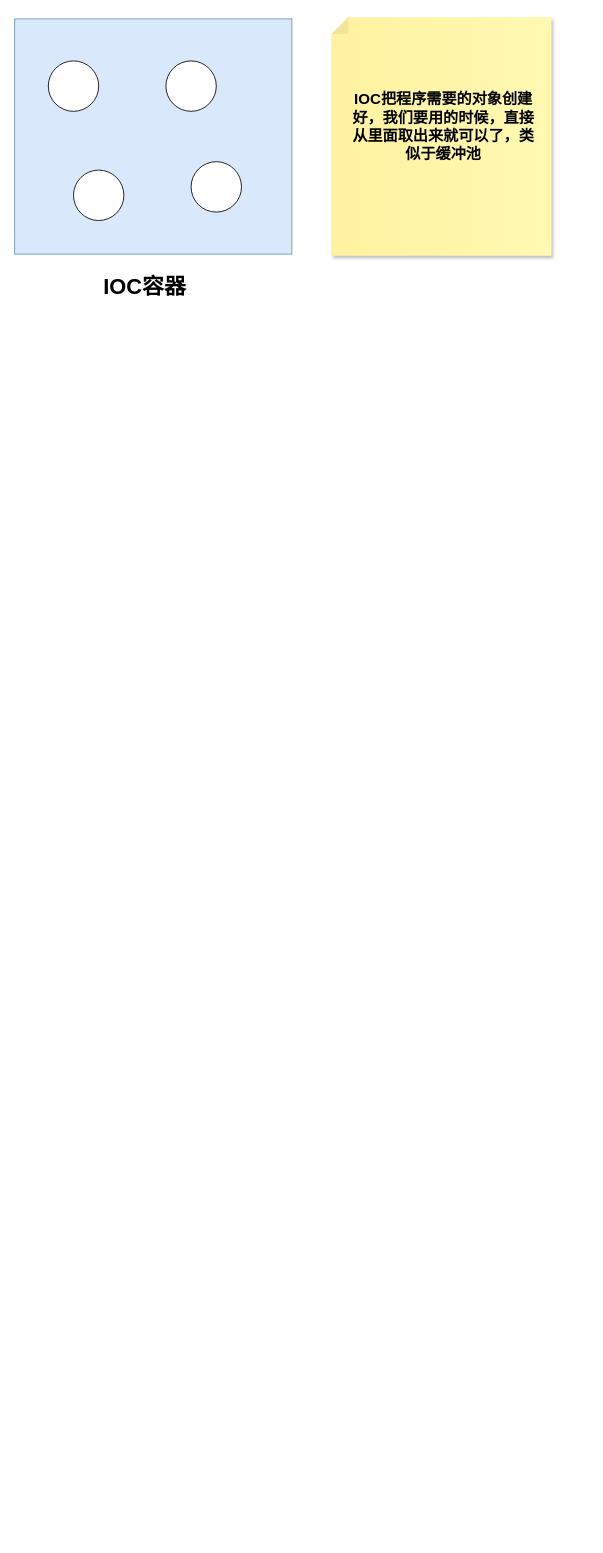
Before: page "ioc" (2 of 2) of Spring.drawio in pkqzyh/pkqzyh.github.io, a draw.io diagram. Source tidied: cells renumbered, new cells numbered last; positions are measured from the earlier drawing's top-left corner, leaving out a move shared by most shapes. Both pictures are drawn from the tidied source at 84%, with x=0, y=0 at pixel (14, 17).
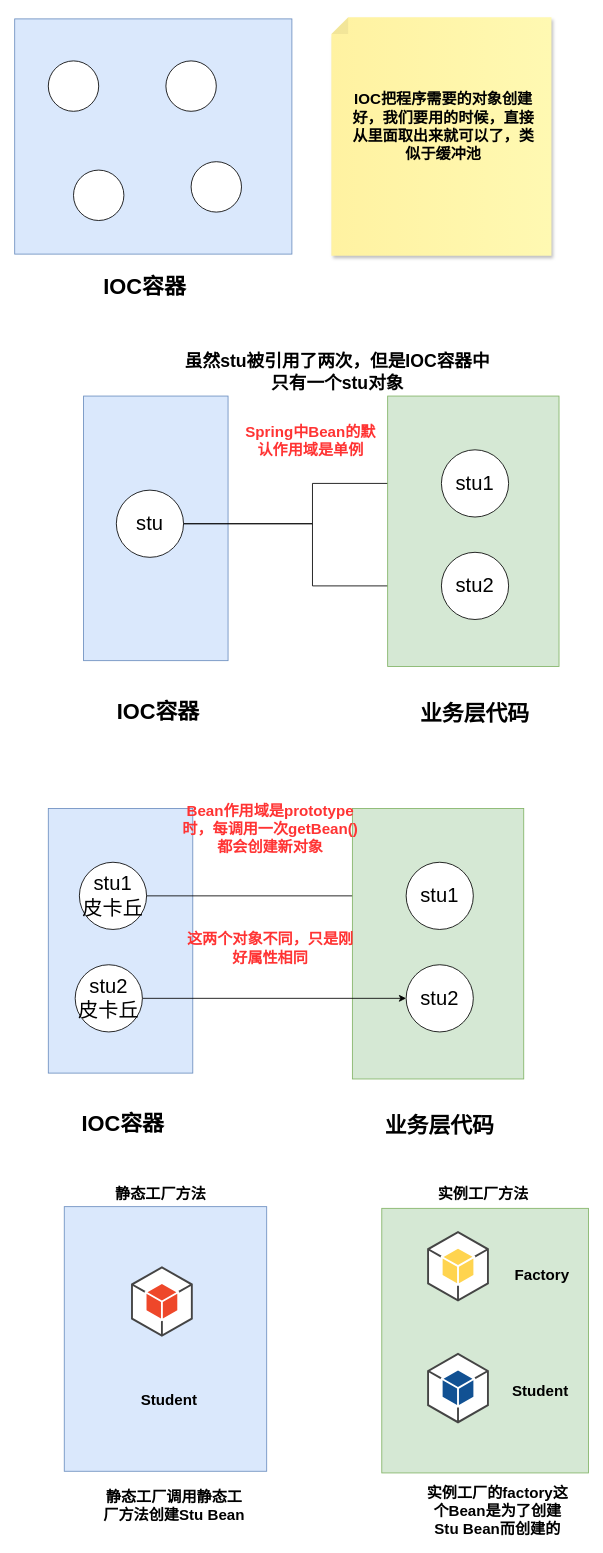
The same page after the edit.

Commit message:
Spring的Bean实例化方式

Diff of the diagram source:
```diff
@@
+    <mxCell id="10" style="rounded=0;whiteSpace=wrap;html=1;fillColor=#dae8fc;strokeColor=#6c8ebf;" parent="1" vertex="1">
+      <mxGeometry x="82" y="451" width="172" height="315" as="geometry" />
+    </mxCell>
+    <mxCell id="11" style="edgeStyle=orthogonalEdgeStyle;rounded=0;jettySize=auto;html=1;" parent="1" edge="1" source="13" target="18">
+      <mxGeometry relative="1" as="geometry" />
+    </mxCell>
+    <mxCell id="12" style="edgeStyle=orthogonalEdgeStyle;rounded=0;jettySize=auto;html=1;" parent="1" edge="1" source="13" target="17">
+      <mxGeometry relative="1" as="geometry" />
+    </mxCell>
+    <mxCell id="13" value="&lt;font style=&quot;font-size: 24px;&quot;&gt;stu&lt;/font&gt;" style="ellipse;whiteSpace=wrap;html=1;" parent="1" vertex="1">
+      <mxGeometry x="121" y="563" width="80" height="80" as="geometry" />
+    </mxCell>
+    <mxCell id="14" value="&lt;b&gt;&lt;font style=&quot;font-size: 26px;&quot;&gt;IOC容器&lt;/font&gt;&lt;/b&gt;" style="text;html=1;align=center;verticalAlign=middle;whiteSpace=wrap;rounded=0;" parent="1" vertex="1">
+      <mxGeometry x="108" y="812" width="126" height="30" as="geometry" />
+    </mxCell>
+    <mxCell id="15" style="rounded=0;whiteSpace=wrap;html=1;fillColor=#d5e8d4;strokeColor=#82b366;" parent="1" vertex="1">
+      <mxGeometry x="444" y="451" width="204" height="322" as="geometry" />
+    </mxCell>
+    <mxCell id="16" value="&lt;span style=&quot;font-size: 26px;&quot;&gt;&lt;b&gt;业务层代码&lt;/b&gt;&lt;/span&gt;" style="text;html=1;align=center;verticalAlign=middle;whiteSpace=wrap;rounded=0;" parent="1" vertex="1">
+      <mxGeometry x="471" y="814" width="154" height="30" as="geometry" />
+    </mxCell>
+    <mxCell id="17" value="&lt;font style=&quot;font-size: 24px;&quot;&gt;stu2&lt;/font&gt;" style="ellipse;whiteSpace=wrap;html=1;" parent="1" vertex="1">
+      <mxGeometry x="508" y="637" width="80" height="80" as="geometry" />
+    </mxCell>
+    <mxCell id="18" value="&lt;font style=&quot;font-size: 24px;&quot;&gt;stu1&lt;/font&gt;" style="ellipse;whiteSpace=wrap;html=1;" parent="1" vertex="1">
+      <mxGeometry x="508" y="515" width="80" height="80" as="geometry" />
+    </mxCell>
+    <mxCell id="19" value="&lt;font style=&quot;font-size: 21px;&quot;&gt;&lt;b style=&quot;&quot;&gt;虽然stu被引用了两次，但是IOC容器中只有一个stu对象&lt;/b&gt;&lt;/font&gt;" style="text;html=1;align=center;verticalAlign=middle;whiteSpace=wrap;rounded=0;" parent="1" vertex="1">
+      <mxGeometry x="201" y="407" width="367" height="30" as="geometry" />
+    </mxCell>
+    <mxCell id="20" value="&lt;b&gt;&lt;font style=&quot;font-size: 18px; color: rgb(255, 51, 51);&quot;&gt;Spring中Bean的默认作用域是单例&lt;/font&gt;&lt;/b&gt;" style="text;html=1;align=center;verticalAlign=middle;whiteSpace=wrap;rounded=0;" parent="1" vertex="1">
+      <mxGeometry x="274" y="490" width="157" height="30" as="geometry" />
+    </mxCell>
+    <mxCell id="21" style="rounded=0;whiteSpace=wrap;html=1;fillColor=#dae8fc;strokeColor=#6c8ebf;" parent="1" vertex="1">
+      <mxGeometry x="40" y="942" width="172" height="315" as="geometry" />
+    </mxCell>
+    <mxCell id="22" style="edgeStyle=orthogonalEdgeStyle;rounded=0;jettySize=auto;html=1;entryX=0;entryY=0.5;entryDx=0;entryDy=0;" parent="1" edge="1" source="23" target="28">
+      <mxGeometry relative="1" as="geometry" />
+    </mxCell>
+    <mxCell id="23" value="&lt;font style=&quot;font-size: 24px;&quot;&gt;stu1&lt;/font&gt;&lt;div&gt;&lt;span style=&quot;font-size: 24px;&quot;&gt;皮卡丘&lt;/span&gt;&lt;/div&gt;" style="ellipse;whiteSpace=wrap;html=1;" parent="1" vertex="1">
+      <mxGeometry x="77" y="1006" width="80" height="80" as="geometry" />
+    </mxCell>
+    <mxCell id="24" value="&lt;b&gt;&lt;font style=&quot;font-size: 26px;&quot;&gt;IOC容器&lt;/font&gt;&lt;/b&gt;" style="text;html=1;align=center;verticalAlign=middle;whiteSpace=wrap;rounded=0;" parent="1" vertex="1">
+      <mxGeometry x="66" y="1303" width="126" height="30" as="geometry" />
+    </mxCell>
+    <mxCell id="25" style="rounded=0;whiteSpace=wrap;html=1;fillColor=#d5e8d4;strokeColor=#82b366;" parent="1" vertex="1">
+      <mxGeometry x="402" y="942" width="204" height="322" as="geometry" />
+    </mxCell>
+    <mxCell id="26" value="&lt;span style=&quot;font-size: 26px;&quot;&gt;&lt;b&gt;业务层代码&lt;/b&gt;&lt;/span&gt;" style="text;html=1;align=center;verticalAlign=middle;whiteSpace=wrap;rounded=0;" parent="1" vertex="1">
+      <mxGeometry x="429" y="1305" width="154" height="30" as="geometry" />
+    </mxCell>
+    <mxCell id="27" value="&lt;font style=&quot;font-size: 24px;&quot;&gt;stu2&lt;/font&gt;" style="ellipse;whiteSpace=wrap;html=1;" parent="1" vertex="1">
+      <mxGeometry x="466" y="1128" width="80" height="80" as="geometry" />
+    </mxCell>
+    <mxCell id="28" value="&lt;font style=&quot;font-size: 24px;&quot;&gt;stu1&lt;/font&gt;" style="ellipse;whiteSpace=wrap;html=1;" parent="1" vertex="1">
+      <mxGeometry x="466" y="1006" width="80" height="80" as="geometry" />
+    </mxCell>
+    <mxCell id="29" style="edgeStyle=orthogonalEdgeStyle;rounded=0;jettySize=auto;html=1;entryX=0;entryY=0.5;entryDx=0;entryDy=0;" parent="1" edge="1" source="30" target="27">
+      <mxGeometry relative="1" as="geometry" />
+    </mxCell>
+    <mxCell id="30" value="&lt;font style=&quot;font-size: 24px;&quot;&gt;stu2&lt;/font&gt;&lt;div&gt;&lt;span style=&quot;font-size: 24px;&quot;&gt;皮卡丘&lt;/span&gt;&lt;/div&gt;" style="ellipse;whiteSpace=wrap;html=1;" parent="1" vertex="1">
+      <mxGeometry x="72" y="1128" width="80" height="80" as="geometry" />
+    </mxCell>
+    <mxCell id="31" value="&lt;b&gt;&lt;font style=&quot;font-size: 18px; color: rgb(255, 51, 51);&quot;&gt;Bean作用域是prototype时，每调用一次getBean()都会创建新对象&lt;/font&gt;&lt;/b&gt;" style="text;html=1;align=center;verticalAlign=middle;whiteSpace=wrap;rounded=0;" parent="1" vertex="1">
+      <mxGeometry x="197" y="952" width="215" height="30" as="geometry" />
+    </mxCell>
+    <mxCell id="32" value="&lt;b&gt;&lt;font style=&quot;font-size: 18px; color: rgb(255, 51, 51);&quot;&gt;这两个对象不同，只是刚好属性相同&lt;/font&gt;&lt;/b&gt;" style="text;html=1;align=center;verticalAlign=middle;whiteSpace=wrap;rounded=0;" parent="1" vertex="1">
+      <mxGeometry x="197" y="1094" width="215" height="30" as="geometry" />
+    </mxCell>
+    <mxCell id="33" style="rounded=0;whiteSpace=wrap;html=1;fillColor=#dae8fc;strokeColor=#6c8ebf;" parent="1" vertex="1">
+      <mxGeometry x="59" y="1416" width="241" height="315" as="geometry" />
+    </mxCell>
+    <mxCell id="34" style="rounded=0;whiteSpace=wrap;html=1;fillColor=#d5e8d4;strokeColor=#82b366;" parent="1" vertex="1">
+      <mxGeometry x="437" y="1418" width="246" height="315" as="geometry" />
+    </mxCell>
+    <mxCell id="35" style="dashed=0;verticalLabelPosition=bottom;verticalAlign=top;align=center;html=1;shape=mxgraph.aws3.android;fillColor=#EE472A;gradientColor=none;" parent="1" vertex="1">
+      <mxGeometry x="138.5" y="1487" width="73.5" height="84" as="geometry" />
+    </mxCell>
+    <mxCell id="36" value="&lt;b&gt;&lt;font style=&quot;font-size: 18px;&quot;&gt;Student&lt;/font&gt;&lt;/b&gt;" style="text;html=1;align=center;verticalAlign=middle;whiteSpace=wrap;rounded=0;" parent="1" vertex="1">
+      <mxGeometry x="138.5" y="1632" width="90" height="30" as="geometry" />
+    </mxCell>
+    <mxCell id="37" style="dashed=0;verticalLabelPosition=bottom;verticalAlign=top;align=center;html=1;shape=mxgraph.aws3.android;fillColor=#FFD44F;gradientColor=none;" parent="1" vertex="1">
+      <mxGeometry x="491" y="1445" width="73.5" height="84" as="geometry" />
+    </mxCell>
+    <mxCell id="38" value="&lt;b&gt;&lt;font style=&quot;font-size: 18px;&quot;&gt;Factory&lt;/font&gt;&lt;/b&gt;" style="text;html=1;align=center;verticalAlign=middle;whiteSpace=wrap;rounded=0;" parent="1" vertex="1">
+      <mxGeometry x="583" y="1483" width="90" height="30" as="geometry" />
+    </mxCell>
+    <mxCell id="39" style="dashed=0;verticalLabelPosition=bottom;verticalAlign=top;align=center;html=1;shape=mxgraph.aws3.android;fillColor=#115193;gradientColor=none;" parent="1" vertex="1">
+      <mxGeometry x="491" y="1590" width="73.5" height="84" as="geometry" />
+    </mxCell>
+    <mxCell id="40" value="&lt;b&gt;&lt;font style=&quot;font-size: 18px;&quot;&gt;Student&lt;/font&gt;&lt;/b&gt;" style="text;html=1;align=center;verticalAlign=middle;whiteSpace=wrap;rounded=0;" parent="1" vertex="1">
+      <mxGeometry x="581" y="1621" width="90" height="30" as="geometry" />
+    </mxCell>
+    <mxCell id="41" value="&lt;span style=&quot;font-size: 18px;&quot;&gt;&lt;b&gt;静态工厂方法&lt;/b&gt;&lt;/span&gt;" style="text;html=1;align=center;verticalAlign=middle;whiteSpace=wrap;rounded=0;" parent="1" vertex="1">
+      <mxGeometry x="107" y="1386" width="134" height="30" as="geometry" />
+    </mxCell>
+    <mxCell id="42" value="&lt;span style=&quot;font-size: 18px;&quot;&gt;&lt;b&gt;实例工厂方法&lt;/b&gt;&lt;/span&gt;" style="text;html=1;align=center;verticalAlign=middle;whiteSpace=wrap;rounded=0;" parent="1" vertex="1">
+      <mxGeometry x="491" y="1386" width="134" height="30" as="geometry" />
+    </mxCell>
+    <mxCell id="43" value="&lt;b&gt;&lt;font style=&quot;font-size: 18px;&quot;&gt;静态工厂调用静态工厂方法创建Stu Bean&lt;/font&gt;&lt;/b&gt;" style="text;html=1;align=center;verticalAlign=middle;whiteSpace=wrap;rounded=0;" parent="1" vertex="1">
+      <mxGeometry x="100" y="1758" width="180" height="30" as="geometry" />
+    </mxCell>
+    <mxCell id="44" value="&lt;b&gt;&lt;font style=&quot;font-size: 18px;&quot;&gt;实例工厂的factory这个Bean是为了创建Stu Bean而创建的&lt;/font&gt;&lt;/b&gt;" style="text;html=1;align=center;verticalAlign=middle;whiteSpace=wrap;rounded=0;" parent="1" vertex="1">
+      <mxGeometry x="485" y="1764" width="180" height="30" as="geometry" />
+    </mxCell>
```
